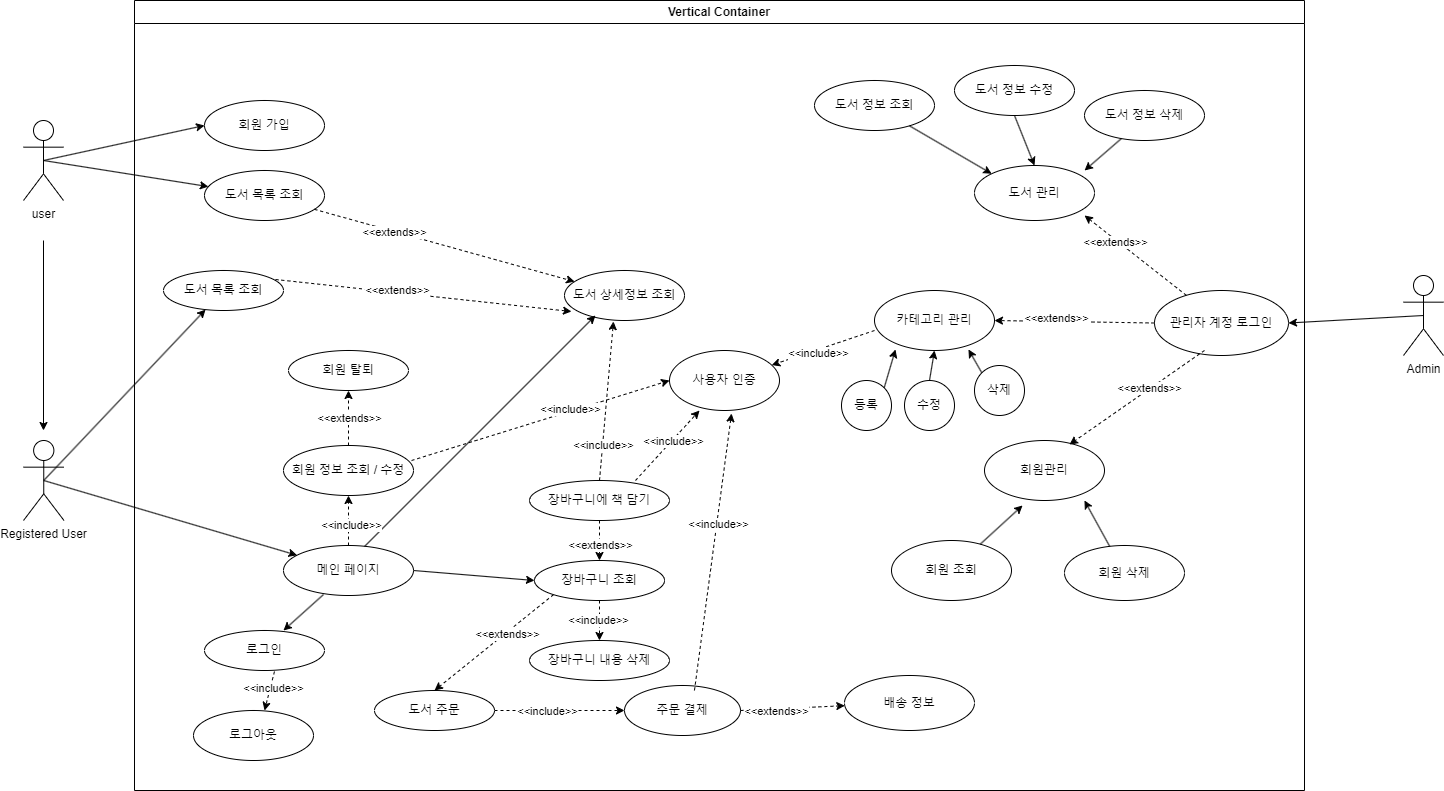
Above: src/온라인 서점 use-case2.png in junHyeokP/BookMarket (draw.io), before the change. Source tidied: cells renumbered, new cells last; positions are measured from the earlier drawing's top-left corner, leaving out a move shared by most shapes.
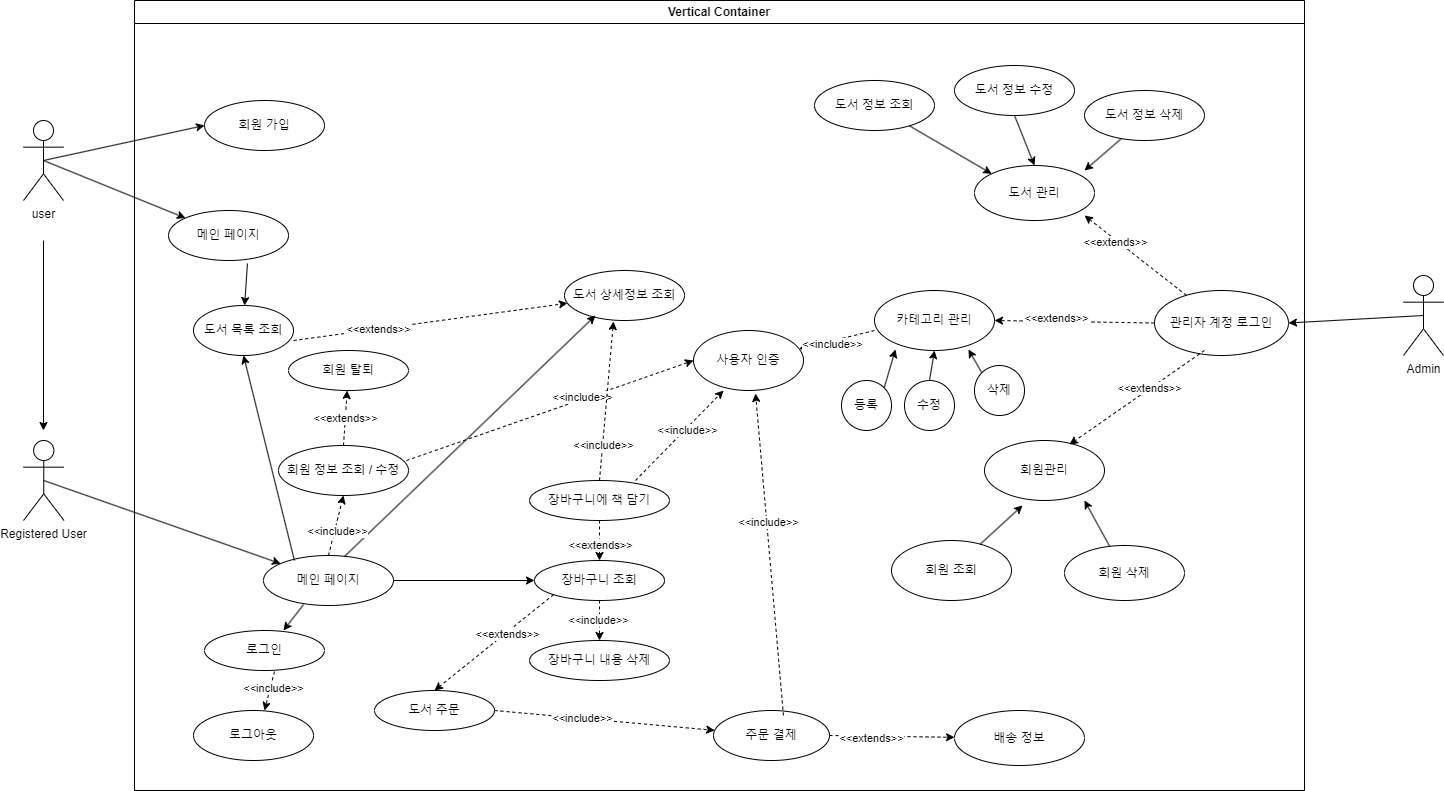
The same file after the commit.

Commit message:
온라인 서점 use-case2.png 업데이트

The edit, as a diff of the source:
```diff
@@ -20,15 +20,12 @@
     <mxCell id="7" value="회원 가입" style="ellipse;whiteSpace=wrap;html=1;" parent="6" vertex="1">
       <mxGeometry x="70" y="100" width="120" height="50" as="geometry" />
     </mxCell>
-    <mxCell id="8" value="도서 목록 조회" style="ellipse;whiteSpace=wrap;html=1;" parent="6" vertex="1">
-      <mxGeometry x="70" y="170" width="120" height="50" as="geometry" />
+    <mxCell id="8" value="메인 페이지" style="ellipse;whiteSpace=wrap;html=1;" parent="6" vertex="1">
+      <mxGeometry x="34" y="210" width="120" height="50" as="geometry" />
     </mxCell>
     <mxCell id="9" value="로그인" style="ellipse;whiteSpace=wrap;html=1;" parent="6" vertex="1">
       <mxGeometry x="70" y="630" width="120" height="40" as="geometry" />
     </mxCell>
-    <mxCell id="10" value="도서 목록 조회" style="ellipse;whiteSpace=wrap;html=1;" parent="6" vertex="1">
-      <mxGeometry x="29" y="270" width="120" height="40" as="geometry" />
-    </mxCell>
     <mxCell id="11" value="도서 주문" style="ellipse;whiteSpace=wrap;html=1;" parent="6" vertex="1">
       <mxGeometry x="240" y="690" width="120" height="40" as="geometry" />
     </mxCell>
@@ -36,7 +33,7 @@
       <mxGeometry x="59" y="710" width="120" height="50" as="geometry" />
     </mxCell>
     <mxCell id="13" value="주문 결제" style="ellipse;whiteSpace=wrap;html=1;" parent="6" vertex="1">
-      <mxGeometry x="490" y="685" width="116" height="50" as="geometry" />
+      <mxGeometry x="579" y="710" width="116" height="50" as="geometry" />
     </mxCell>
     <mxCell id="14" style="endArrow=classic;html=1;rounded=0;exitX=1;exitY=0.5;exitDx=0;exitDy=0;dashed=1;" parent="6" edge="1" source="11" target="13">
       <mxGeometry relative="1" as="geometry" />
@@ -50,20 +47,14 @@
     <mxCell id="17" value="장바구니에 책 담기" style="ellipse;whiteSpace=wrap;html=1;" parent="6" vertex="1">
       <mxGeometry x="395" y="480" width="140" height="40" as="geometry" />
     </mxCell>
-    <mxCell id="18" style="endArrow=classic;html=1;rounded=0;dashed=1;" parent="6" edge="1" source="8" target="16">
+    <mxCell id="18" style="endArrow=classic;html=1;rounded=0;dashed=1;exitX=1;exitY=0.7;exitDx=0;exitDy=0;exitPerimeter=0;" parent="6" edge="1" source="10" target="16">
       <mxGeometry relative="1" as="geometry" />
     </mxCell>
     <mxCell id="19" value="&amp;lt;&amp;lt;extends&amp;gt;&amp;gt;" style="edgeLabel;html=1;align=center;verticalAlign=middle;" parent="18" vertex="1">
       <mxGeometry x="-0.38" relative="1" as="geometry" />
     </mxCell>
-    <mxCell id="20" style="endArrow=classic;html=1;rounded=0;exitX=0.933;exitY=0.225;exitDx=0;exitDy=0;exitPerimeter=0;dashed=1;entryX=0.058;entryY=0.82;entryDx=0;entryDy=0;entryPerimeter=0;" parent="6" edge="1" source="10" target="16">
-      <mxGeometry relative="1" as="geometry" />
-    </mxCell>
-    <mxCell id="21" value="&amp;lt;&amp;lt;extends&amp;gt;&amp;gt;" style="edgeLabel;html=1;align=center;verticalAlign=middle;" parent="20" vertex="1">
-      <mxGeometry x="-0.18" y="3" relative="1" as="geometry" />
-    </mxCell>
     <mxCell id="22" value="메인 페이지" style="ellipse;whiteSpace=wrap;html=1;" parent="6" vertex="1">
-      <mxGeometry x="149" y="545" width="130" height="50" as="geometry" />
+      <mxGeometry x="129" y="555" width="130" height="50" as="geometry" />
     </mxCell>
     <mxCell id="23" style="endArrow=classic;html=1;rounded=0;exitX=0.623;exitY=0.02;exitDx=0;exitDy=0;entryX=0.258;entryY=0.9;entryDx=0;entryDy=0;entryPerimeter=0;exitPerimeter=0;" parent="6" edge="1" source="22" target="16">
       <mxGeometry relative="1" as="geometry" />
@@ -99,7 +90,7 @@
       <mxGeometry x="0.38" y="2" relative="1" as="geometry" />
     </mxCell>
     <mxCell id="34" value="배송 정보" style="ellipse;whiteSpace=wrap;html=1;" parent="6" vertex="1">
-      <mxGeometry x="710" y="675" width="130" height="55" as="geometry" />
+      <mxGeometry x="820" y="710" width="130" height="55" as="geometry" />
     </mxCell>
     <mxCell id="35" style="endArrow=classic;html=1;rounded=0;exitX=1;exitY=0.5;exitDx=0;exitDy=0;dashed=1;" parent="6" edge="1" source="13" target="34">
       <mxGeometry relative="1" as="geometry" />
@@ -108,7 +99,7 @@
       <mxGeometry x="-0.32" y="-2" relative="1" as="geometry" />
     </mxCell>
     <mxCell id="37" value="회원 정보 조회 / 수정" style="ellipse;whiteSpace=wrap;html=1;" parent="6" vertex="1">
-      <mxGeometry x="149" y="445" width="130" height="50" as="geometry" />
+      <mxGeometry x="144" y="445" width="130" height="50" as="geometry" />
     </mxCell>
     <mxCell id="38" style="endArrow=classic;html=1;rounded=0;exitX=0.5;exitY=0;exitDx=0;exitDy=0;dashed=1;entryX=0.5;entryY=1;entryDx=0;entryDy=0;" parent="6" edge="1" source="22" target="37">
       <mxGeometry relative="1" as="geometry" />
@@ -168,7 +159,7 @@
       <mxGeometry x="0.18" relative="1" as="geometry" />
     </mxCell>
     <mxCell id="57" value="사용자 인증" style="ellipse;whiteSpace=wrap;html=1;" parent="6" vertex="1">
-      <mxGeometry x="535" y="350" width="110" height="60" as="geometry" />
+      <mxGeometry x="559" y="330" width="110" height="60" as="geometry" />
     </mxCell>
     <mxCell id="58" value="카테고리 관리" style="ellipse;whiteSpace=wrap;html=1;" parent="6" vertex="1">
       <mxGeometry x="740" y="290" width="120" height="60" as="geometry" />
@@ -244,15 +235,21 @@
         <mxPoint x="1" as="offset" />
       </mxGeometry>
     </mxCell>
+    <mxCell id="10" value="도서 목록 조회" style="ellipse;whiteSpace=wrap;html=1;" parent="6" vertex="1">
+      <mxGeometry x="59" y="305" width="100" height="50" as="geometry" />
+    </mxCell>
+    <mxCell id="87" style="endArrow=classic;html=1;rounded=0;exitX=0.658;exitY=1.06;exitDx=0;exitDy=0;exitPerimeter=0;" parent="6" edge="1" source="8" target="10">
+      <mxGeometry relative="1" as="geometry" />
+    </mxCell>
+    <mxCell id="88" style="endArrow=classic;html=1;rounded=0;exitX=0.238;exitY=0.1;exitDx=0;exitDy=0;exitPerimeter=0;entryX=0.5;entryY=1;entryDx=0;entryDy=0;" parent="6" edge="1" source="22" target="10">
+      <mxGeometry relative="1" as="geometry" />
+    </mxCell>
     <mxCell id="82" value="Registered User" style="shape=umlActor;verticalLabelPosition=bottom;verticalAlign=top;html=1;outlineConnect=0;" parent="1" vertex="1">
       <mxGeometry y="440" width="40.5" height="80" as="geometry" />
     </mxCell>
     <mxCell id="83" style="endArrow=classic;html=1;rounded=0;exitX=0.5;exitY=0.5;exitDx=0;exitDy=0;exitPerimeter=0;" parent="1" edge="1" source="82" target="22">
       <mxGeometry relative="1" as="geometry" />
     </mxCell>
-    <mxCell id="84" style="endArrow=classic;html=1;rounded=0;exitX=0.5;exitY=0.5;exitDx=0;exitDy=0;exitPerimeter=0;" parent="1" edge="1" source="82" target="10">
-      <mxGeometry relative="1" as="geometry" />
-    </mxCell>
     <mxCell id="85" style="endArrow=classic;html=1;rounded=0;exitX=0.5;exitY=0.5;exitDx=0;exitDy=0;exitPerimeter=0;entryX=1;entryY=0.5;entryDx=0;entryDy=0;" parent="1" edge="1" source="5" target="26">
       <mxGeometry relative="1" as="geometry" />
     </mxCell>
```
